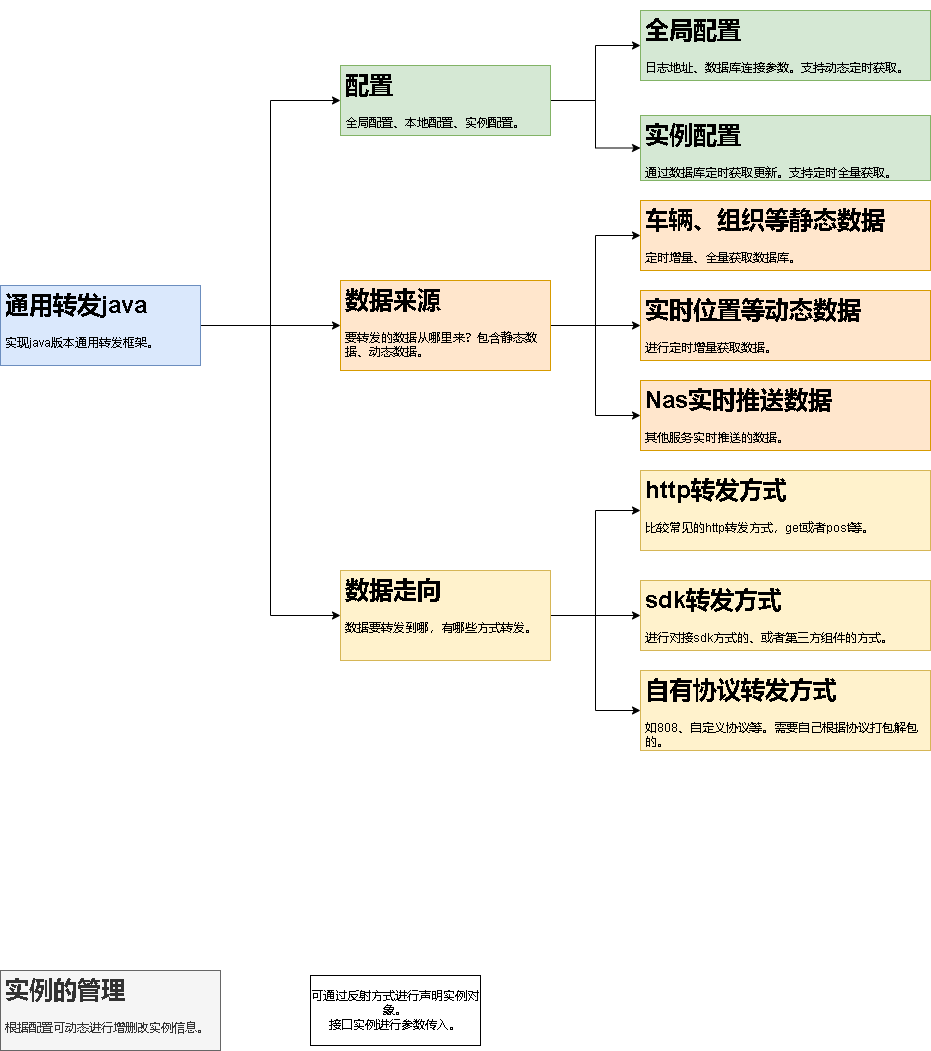
Before: 通用转发java.drawio.png, a diagram exported from draw.io (xktder/draw). Source tidied: cells renumbered, new cells last; positions are measured from the earlier drawing's top-left corner, leaving out a move shared by most shapes.
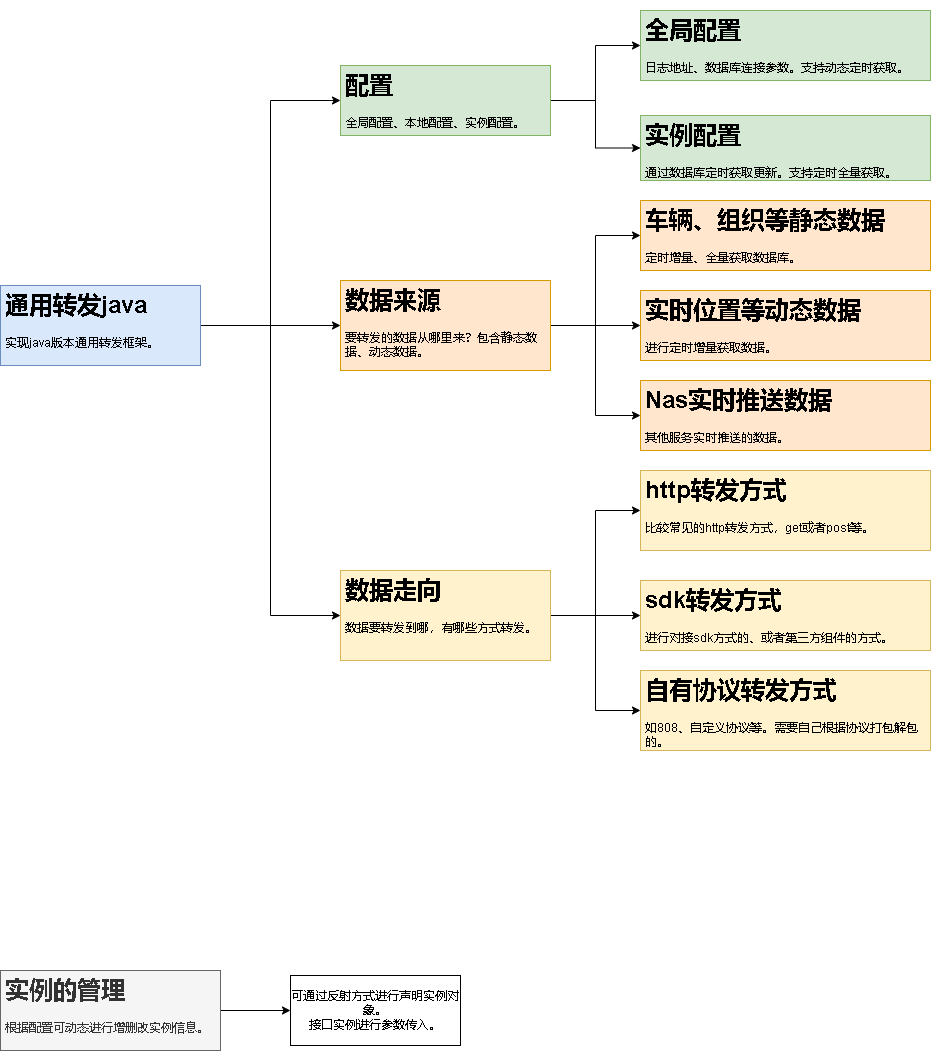
After the commit.

Commit message:
更新通用转发java.drawio.png

Diff of the diagram source:
```diff
@@ -71,11 +71,14 @@
     <mxCell id="24" value="&lt;h1&gt;Nas实时推送数据&lt;/h1&gt;&lt;div&gt;其他服务实时推送的数据。&lt;/div&gt;" style="text;html=1;spacing=5;spacingTop=-20;whiteSpace=wrap;overflow=hidden;rounded=0;fillColor=#ffe6cc;strokeColor=#d79b00;" parent="1" vertex="1">
       <mxGeometry x="640" y="370" width="290" height="70" as="geometry" />
     </mxCell>
+    <mxCell id="27" style="edgeStyle=orthogonalEdgeStyle;rounded=0;jettySize=auto;html=1;entryX=0;entryY=0.5;entryDx=0;entryDy=0;" parent="1" edge="1" source="25" target="26">
+      <mxGeometry relative="1" as="geometry" />
+    </mxCell>
     <mxCell id="25" value="&lt;h1&gt;实例的管理&lt;/h1&gt;&lt;p&gt;根据配置可动态进行增删改实例信息。&lt;/p&gt;" style="text;html=1;strokeColor=#666666;fillColor=#f5f5f5;spacing=5;spacingTop=-20;whiteSpace=wrap;overflow=hidden;rounded=0;fontColor=#333333;" parent="1" vertex="1">
       <mxGeometry y="960" width="220" height="80" as="geometry" />
     </mxCell>
     <mxCell id="26" value="可通过反射方式进行声明实例对象。&lt;br&gt;接口实例进行参数传入。" style="rounded=0;whiteSpace=wrap;html=1;" parent="1" vertex="1">
-      <mxGeometry x="310" y="965" width="170" height="70" as="geometry" />
+      <mxGeometry x="290" y="965" width="170" height="70" as="geometry" />
     </mxCell>
   </root>
 </mxGraphModel>
```
